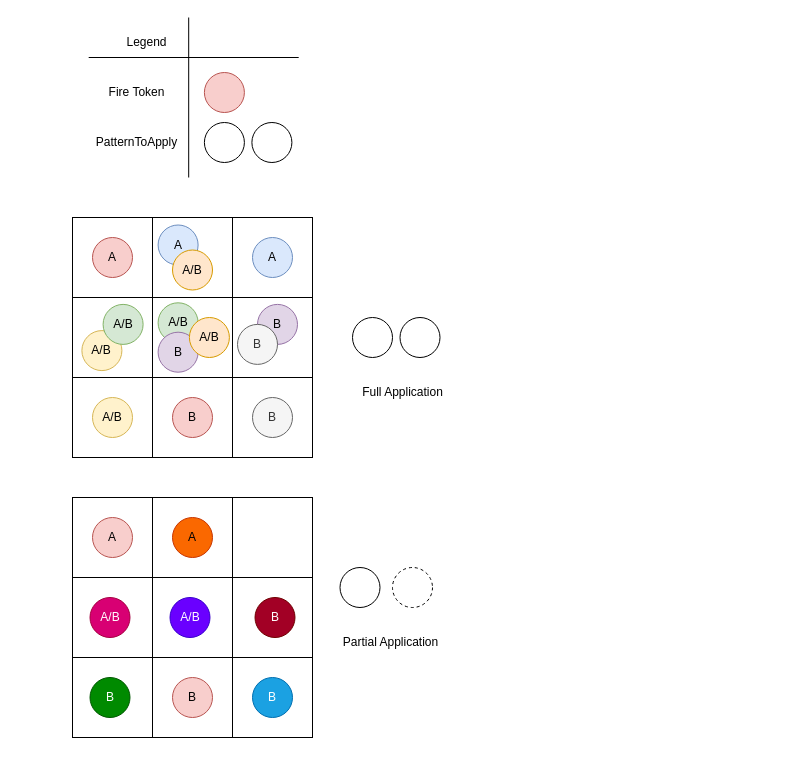
Before: docs/examplePatternApplication.drawio in Fight-Fire-With-Scala/Scala-Fire-Tower, a draw.io diagram. Source tidied: cells renumbered, new cells numbered last; positions are measured from the earlier drawing's top-left corner, leaving out a move shared by most shapes. Both pictures are drawn from the tidied source at 100%, with x=0, y=0 at pixel (72, 17).
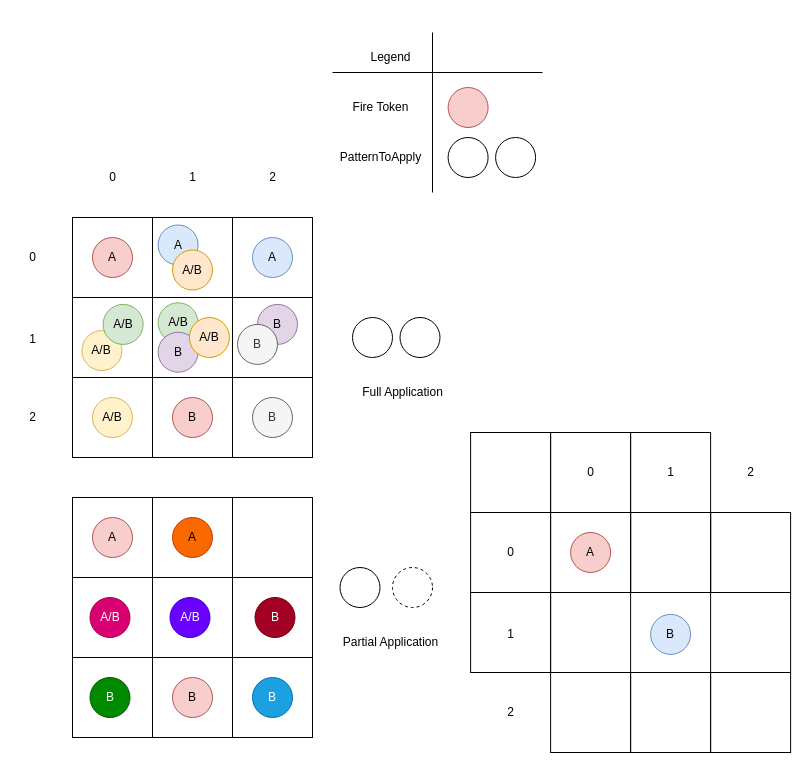
The same page after the edit.

Commit message (it also covers changes not shown here):
docs: update the gameboard diagram

What changed in the source:
```diff
@@
     <mxCell id="46" style="ellipse;whiteSpace=wrap;html=1;" parent="1" vertex="1">
-      <mxGeometry x="131.9" y="105" width="40" height="40" as="geometry" />
+      <mxGeometry x="375.6" y="120" width="40" height="40" as="geometry" />
     </mxCell>
     <mxCell id="47" style="ellipse;whiteSpace=wrap;html=1;" parent="1" vertex="1">
-      <mxGeometry x="179.4" y="105" width="40" height="40" as="geometry" />
+      <mxGeometry x="423.1" y="120" width="40" height="40" as="geometry" />
     </mxCell>
     <mxCell id="48" value="PatternToApply" style="text;html=1;align=center;verticalAlign=middle;strokeColor=none;fillColor=none;" parent="1" vertex="1">
-      <mxGeometry x="13.8" y="110" width="100" height="30" as="geometry" />
+      <mxGeometry x="257.5" y="125" width="100" height="30" as="geometry" />
     </mxCell>
     <mxCell id="49" style="ellipse;whiteSpace=wrap;html=1;fillColor=#f8cecc;strokeColor=#b85450;" parent="1" vertex="1">
-      <mxGeometry x="131.9" y="55" width="40" height="40" as="geometry" />
+      <mxGeometry x="375.6" y="70" width="40" height="40" as="geometry" />
     </mxCell>
     <mxCell id="50" value="Fire Token" style="text;html=1;align=center;verticalAlign=middle;strokeColor=none;fillColor=none;" parent="1" vertex="1">
-      <mxGeometry x="23.8" y="60" width="80" height="30" as="geometry" />
+      <mxGeometry x="267.5" y="75" width="80" height="30" as="geometry" />
     </mxCell>
     <mxCell id="51" value="Legend" style="text;html=1;align=center;verticalAlign=middle;strokeColor=none;fillColor=none;" parent="1" vertex="1">
-      <mxGeometry x="43.8" y="10" width="60" height="30" as="geometry" />
+      <mxGeometry x="287.5" y="25" width="60" height="30" as="geometry" />
     </mxCell>
     <mxCell id="52" style="endArrow=none;html=1;" parent="1" edge="1">
       <mxGeometry relative="1" as="geometry">
-        <mxPoint x="116.2" as="sourcePoint" />
-        <mxPoint x="116.2" y="160" as="targetPoint" />
+        <mxPoint x="360" y="15" as="sourcePoint" />
+        <mxPoint x="360" y="175" as="targetPoint" />
       </mxGeometry>
     </mxCell>
     <mxCell id="53" style="endArrow=none;html=1;" parent="1" edge="1">
       <mxGeometry relative="1" as="geometry">
-        <mxPoint x="226.2" y="40" as="sourcePoint" />
-        <mxPoint x="16.2" y="40" as="targetPoint" />
+        <mxPoint x="470" y="55" as="sourcePoint" />
+        <mxPoint x="260" y="55" as="targetPoint" />
       </mxGeometry>
     </mxCell>
+    <mxCell id="54" value="0" style="text;html=1;align=center;verticalAlign=middle;strokeColor=none;fillColor=none;" parent="1" vertex="1">
+      <mxGeometry x="-55" y="225" width="30" height="30" as="geometry" />
+    </mxCell>
+    <mxCell id="55" value="1" style="text;html=1;align=center;verticalAlign=middle;strokeColor=none;fillColor=none;" parent="1" vertex="1">
+      <mxGeometry x="-55" y="306.9" width="30" height="30" as="geometry" />
+    </mxCell>
+    <mxCell id="56" value="2" style="text;html=1;align=center;verticalAlign=middle;strokeColor=none;fillColor=none;" parent="1" vertex="1">
+      <mxGeometry x="-55" y="385" width="30" height="30" as="geometry" />
+    </mxCell>
+    <mxCell id="57" value="0" style="text;html=1;align=center;verticalAlign=middle;strokeColor=none;fillColor=none;" parent="1" vertex="1">
+      <mxGeometry x="25" y="145" width="30" height="30" as="geometry" />
+    </mxCell>
+    <mxCell id="58" value="1" style="text;html=1;align=center;verticalAlign=middle;strokeColor=none;fillColor=none;" parent="1" vertex="1">
+      <mxGeometry x="105" y="145" width="30" height="30" as="geometry" />
+    </mxCell>
+    <mxCell id="59" value="2" style="text;html=1;align=center;verticalAlign=middle;strokeColor=none;fillColor=none;" parent="1" vertex="1">
+      <mxGeometry x="185" y="145" width="30" height="30" as="geometry" />
+    </mxCell>
+    <mxCell id="60" style="rounded=0;whiteSpace=wrap;html=1;fillColor=none;" parent="1" vertex="1">
+      <mxGeometry x="478.1" y="495" width="80" height="80" as="geometry" />
+    </mxCell>
+    <mxCell id="61" style="rounded=0;whiteSpace=wrap;html=1;fillColor=none;" parent="1" vertex="1">
+      <mxGeometry x="478.1" y="655" width="80" height="80" as="geometry" />
+    </mxCell>
+    <mxCell id="62" style="rounded=0;whiteSpace=wrap;html=1;fillColor=none;" parent="1" vertex="1">
+      <mxGeometry x="478.1" y="575" width="80" height="80" as="geometry" />
+    </mxCell>
+    <mxCell id="63" style="rounded=0;whiteSpace=wrap;html=1;fillColor=none;" parent="1" vertex="1">
+      <mxGeometry x="558.1" y="495" width="80" height="80" as="geometry" />
+    </mxCell>
+    <mxCell id="64" style="rounded=0;whiteSpace=wrap;html=1;fillColor=none;" parent="1" vertex="1">
+      <mxGeometry x="558.1" y="655" width="80" height="80" as="geometry" />
+    </mxCell>
+    <mxCell id="65" style="rounded=0;whiteSpace=wrap;html=1;fillColor=none;" parent="1" vertex="1">
+      <mxGeometry x="638.1" y="495" width="80" height="80" as="geometry" />
+    </mxCell>
+    <mxCell id="66" style="rounded=0;whiteSpace=wrap;html=1;fillColor=none;" parent="1" vertex="1">
+      <mxGeometry x="638.1" y="655" width="80" height="80" as="geometry" />
+    </mxCell>
+    <mxCell id="67" style="rounded=0;whiteSpace=wrap;html=1;fillColor=none;" parent="1" vertex="1">
+      <mxGeometry x="638.1" y="575" width="80" height="80" as="geometry" />
+    </mxCell>
+    <mxCell id="68" value="A" style="ellipse;whiteSpace=wrap;html=1;fillColor=#f8cecc;strokeColor=#b85450;" parent="1" vertex="1">
+      <mxGeometry x="498.1" y="515" width="40" height="40" as="geometry" />
+    </mxCell>
+    <mxCell id="69" value="B" style="ellipse;whiteSpace=wrap;html=1;fillColor=#dae8fc;strokeColor=#6c8ebf;" parent="1" vertex="1">
+      <mxGeometry x="578.1" y="596.9" width="40" height="40" as="geometry" />
+    </mxCell>
+    <mxCell id="70" value="0" style="text;html=1;align=center;verticalAlign=middle;strokeColor=none;fillColor=none;" parent="1" vertex="1">
+      <mxGeometry x="423.1" y="520" width="30" height="30" as="geometry" />
+    </mxCell>
+    <mxCell id="71" value="1" style="text;html=1;align=center;verticalAlign=middle;strokeColor=none;fillColor=none;" parent="1" vertex="1">
+      <mxGeometry x="423.1" y="601.9" width="30" height="30" as="geometry" />
+    </mxCell>
+    <mxCell id="72" value="2" style="text;html=1;align=center;verticalAlign=middle;strokeColor=none;fillColor=none;" parent="1" vertex="1">
+      <mxGeometry x="423.1" y="680" width="30" height="30" as="geometry" />
+    </mxCell>
+    <mxCell id="73" value="0" style="text;html=1;align=center;verticalAlign=middle;strokeColor=none;fillColor=none;" parent="1" vertex="1">
+      <mxGeometry x="503.1" y="440" width="30" height="30" as="geometry" />
+    </mxCell>
+    <mxCell id="74" value="1" style="text;html=1;align=center;verticalAlign=middle;strokeColor=none;fillColor=none;" parent="1" vertex="1">
+      <mxGeometry x="583.1" y="440" width="30" height="30" as="geometry" />
+    </mxCell>
+    <mxCell id="75" value="2" style="text;html=1;align=center;verticalAlign=middle;strokeColor=none;fillColor=none;" parent="1" vertex="1">
+      <mxGeometry x="663.1" y="440" width="30" height="30" as="geometry" />
+    </mxCell>
+    <mxCell id="76" style="rounded=0;whiteSpace=wrap;html=1;fillColor=none;" parent="1" vertex="1">
+      <mxGeometry x="478.1" y="415" width="80" height="80" as="geometry" />
+    </mxCell>
+    <mxCell id="77" style="rounded=0;whiteSpace=wrap;html=1;fillColor=none;" parent="1" vertex="1">
+      <mxGeometry x="558.1" y="415" width="80" height="80" as="geometry" />
+    </mxCell>
+    <mxCell id="78" style="rounded=0;whiteSpace=wrap;html=1;fillColor=none;" parent="1" vertex="1">
+      <mxGeometry x="558.1" y="495" width="80" height="80" as="geometry" />
+    </mxCell>
+    <mxCell id="79" style="rounded=0;whiteSpace=wrap;html=1;fillColor=none;" parent="1" vertex="1">
+      <mxGeometry x="398.1" y="575" width="80" height="80" as="geometry" />
+    </mxCell>
+    <mxCell id="80" style="rounded=0;whiteSpace=wrap;html=1;fillColor=none;" parent="1" vertex="1">
+      <mxGeometry x="398.1" y="415" width="80" height="80" as="geometry" />
+    </mxCell>
+    <mxCell id="81" style="rounded=0;whiteSpace=wrap;html=1;fillColor=none;" parent="1" vertex="1">
+      <mxGeometry x="398.1" y="495" width="80" height="80" as="geometry" />
+    </mxCell>
```
